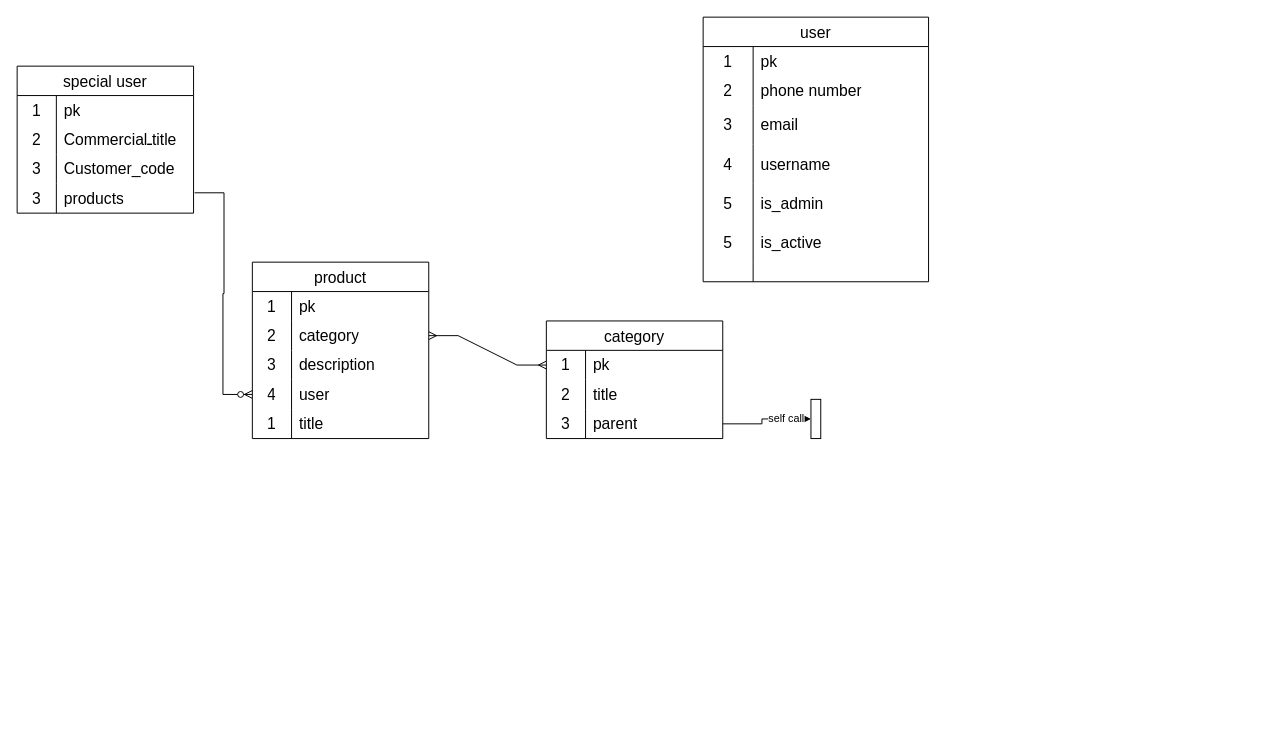
Earlier version of the draw.io diagram shop.drawio (amir1rj/blog). Source tidied: cells renumbered, new cells numbered last; positions are measured from the earlier drawing's top-left corner, leaving out a move shared by most shapes. Both pictures are drawn from the tidied source at 98%, with x=0, y=0 at pixel (17, 17).
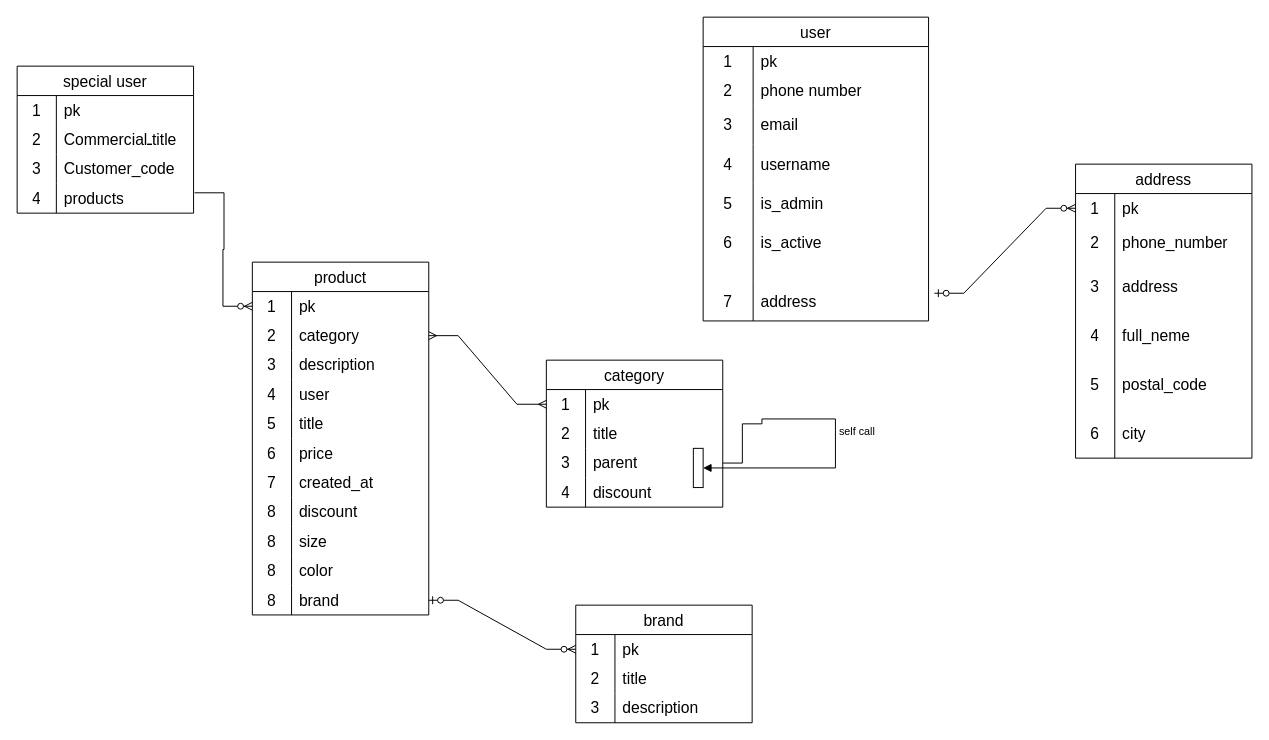
After the change.

The change refers to these unchanged cells:
```xml
<mxCell id="18" style="shape=tableRow;horizontal=0;startSize=0;swimlaneHead=0;swimlaneBody=0;top=0;left=0;bottom=0;right=0;fillColor=none;strokeColor=inherit;fontSize=16;" parent="2" vertex="1">
  <mxGeometry y="210" width="230" height="40" as="geometry" />
</mxCell>
<mxCell id="34" style="shape=tableRow;horizontal=0;startSize=0;swimlaneHead=0;swimlaneBody=0;top=0;left=0;bottom=0;right=0;fillColor=none;points=[[0,0.5],[1,0.5]];portConstraint=eastwest;strokeColor=inherit;fontSize=16;" parent="24" vertex="1">
  <mxGeometry y="120" width="180" height="30" as="geometry" />
</mxCell>
<mxCell id="38" style="shape=tableRow;horizontal=0;startSize=0;swimlaneHead=0;swimlaneBody=0;top=0;left=0;bottom=0;right=0;fillColor=none;points=[[0,0.5],[1,0.5]];portConstraint=eastwest;strokeColor=inherit;fontSize=16;" parent="37" vertex="1">
  <mxGeometry y="30" width="180" height="30" as="geometry" />
</mxCell>
<mxCell id="50" style="shape=tableRow;horizontal=0;startSize=0;swimlaneHead=0;swimlaneBody=0;top=0;left=0;bottom=0;right=0;fillColor=none;strokeColor=inherit;fontSize=16;" parent="37" vertex="1">
  <mxGeometry y="150" width="180" height="30" as="geometry" />
</mxCell>
<mxCell id="61" style="shape=tableRow;horizontal=0;startSize=0;swimlaneHead=0;swimlaneBody=0;top=0;left=0;bottom=0;right=0;fillColor=none;points=[[0,0.5],[1,0.5]];portConstraint=eastwest;strokeColor=inherit;fontSize=16;" parent="54" vertex="1">
  <mxGeometry y="90" width="180" height="30" as="geometry" />
</mxCell>
```

Diff of the diagram source:
```diff
@@
     <mxCell id="2" value="user" style="shape=table;startSize=30;childLayout=tableLayout;rowLines=0;fontStyle=0;strokeColor=default;fontSize=16;" parent="1" vertex="1">
-      <mxGeometry x="700" width="230" height="270" as="geometry" />
+      <mxGeometry x="700" width="230" height="310" as="geometry" />
     </mxCell>
@@
-    <mxCell id="19" value="5" style="shape=partialRectangle;html=1;whiteSpace=wrap;fillColor=none;top=0;left=0;bottom=0;right=0;overflow=hidden;strokeColor=inherit;fontSize=16;" parent="18" vertex="1">
+    <mxCell id="19" value="6" style="shape=partialRectangle;html=1;whiteSpace=wrap;fillColor=none;top=0;left=0;bottom=0;right=0;overflow=hidden;strokeColor=inherit;fontSize=16;" parent="18" vertex="1">
       <mxGeometry width="51" height="40" as="geometry" />
     </mxCell>
@@
+    <mxCell id="67" style="shape=tableRow;horizontal=0;startSize=0;swimlaneHead=0;swimlaneBody=0;top=0;left=0;bottom=0;right=0;fillColor=none;points=[[0,0.5],[1,0.5]];portConstraint=eastwest;strokeColor=inherit;fontSize=16;" parent="2" vertex="1">
+      <mxGeometry y="270" width="230" height="40" as="geometry" />
+    </mxCell>
+    <mxCell id="68" value="7" style="shape=partialRectangle;html=1;whiteSpace=wrap;fillColor=none;top=0;left=0;bottom=0;right=0;overflow=hidden;strokeColor=inherit;fontSize=16;" parent="67" vertex="1">
+      <mxGeometry width="51" height="40" as="geometry" />
+    </mxCell>
+    <mxCell id="69" value="address" style="shape=partialRectangle;html=1;whiteSpace=wrap;fillColor=none;top=0;left=0;bottom=0;right=0;align=left;spacingLeft=6;overflow=hidden;strokeColor=inherit;fontSize=16;" parent="67" vertex="1">
+      <mxGeometry x="51" width="179" height="40" as="geometry" />
+    </mxCell>
@@
-    <mxCell id="35" value="3" style="shape=partialRectangle;html=1;whiteSpace=wrap;fillColor=none;top=0;left=0;bottom=0;right=0;overflow=hidden;strokeColor=inherit;fontSize=16;" parent="34" vertex="1">
+    <mxCell id="35" value="4" style="shape=partialRectangle;html=1;whiteSpace=wrap;fillColor=none;top=0;left=0;bottom=0;right=0;overflow=hidden;strokeColor=inherit;fontSize=16;" parent="34" vertex="1">
       <mxGeometry width="40" height="30" as="geometry" />
     </mxCell>
@@
     <mxCell id="37" value="product" style="shape=table;startSize=30;childLayout=tableLayout;rowLines=0;fontStyle=0;strokeColor=default;fontSize=16;" parent="1" vertex="1">
-      <mxGeometry x="240" y="250" width="180" height="180" as="geometry" />
+      <mxGeometry x="240" y="250" width="180" height="360" as="geometry" />
     </mxCell>
@@
-    <mxCell id="51" value="1" style="shape=partialRectangle;html=1;whiteSpace=wrap;fillColor=none;top=0;left=0;bottom=0;right=0;overflow=hidden;strokeColor=inherit;fontSize=16;" parent="50" vertex="1">
+    <mxCell id="51" value="5" style="shape=partialRectangle;html=1;whiteSpace=wrap;fillColor=none;top=0;left=0;bottom=0;right=0;overflow=hidden;strokeColor=inherit;fontSize=16;" parent="50" vertex="1">
       <mxGeometry width="40" height="30" as="geometry" />
     </mxCell>
@@
+    <mxCell id="70" style="shape=tableRow;horizontal=0;startSize=0;swimlaneHead=0;swimlaneBody=0;top=0;left=0;bottom=0;right=0;fillColor=none;strokeColor=inherit;fontSize=16;" parent="37" vertex="1">
+      <mxGeometry y="180" width="180" height="30" as="geometry" />
+    </mxCell>
+    <mxCell id="71" value="6" style="shape=partialRectangle;html=1;whiteSpace=wrap;fillColor=none;top=0;left=0;bottom=0;right=0;overflow=hidden;strokeColor=inherit;fontSize=16;" parent="70" vertex="1">
+      <mxGeometry width="40" height="30" as="geometry" />
+    </mxCell>
+    <mxCell id="72" value="price" style="shape=partialRectangle;html=1;whiteSpace=wrap;fillColor=none;top=0;left=0;bottom=0;right=0;align=left;spacingLeft=6;overflow=hidden;strokeColor=inherit;fontSize=16;" parent="70" vertex="1">
+      <mxGeometry x="40" width="140" height="30" as="geometry" />
+    </mxCell>
+    <mxCell id="73" style="shape=tableRow;horizontal=0;startSize=0;swimlaneHead=0;swimlaneBody=0;top=0;left=0;bottom=0;right=0;fillColor=none;strokeColor=inherit;fontSize=16;" parent="37" vertex="1">
+      <mxGeometry y="210" width="180" height="30" as="geometry" />
+    </mxCell>
+    <mxCell id="74" value="7" style="shape=partialRectangle;html=1;whiteSpace=wrap;fillColor=none;top=0;left=0;bottom=0;right=0;overflow=hidden;strokeColor=inherit;fontSize=16;" parent="73" vertex="1">
+      <mxGeometry width="40" height="30" as="geometry" />
+    </mxCell>
+    <mxCell id="75" value="created_at" style="shape=partialRectangle;html=1;whiteSpace=wrap;fillColor=none;top=0;left=0;bottom=0;right=0;align=left;spacingLeft=6;overflow=hidden;strokeColor=inherit;fontSize=16;" parent="73" vertex="1">
+      <mxGeometry x="40" width="140" height="30" as="geometry" />
+    </mxCell>
+    <mxCell id="76" style="shape=tableRow;horizontal=0;startSize=0;swimlaneHead=0;swimlaneBody=0;top=0;left=0;bottom=0;right=0;fillColor=none;strokeColor=inherit;fontSize=16;" parent="37" vertex="1">
+      <mxGeometry y="240" width="180" height="30" as="geometry" />
+    </mxCell>
+    <mxCell id="77" value="8" style="shape=partialRectangle;html=1;whiteSpace=wrap;fillColor=none;top=0;left=0;bottom=0;right=0;overflow=hidden;strokeColor=inherit;fontSize=16;" parent="76" vertex="1">
+      <mxGeometry width="40" height="30" as="geometry" />
+    </mxCell>
+    <mxCell id="78" value="discount" style="shape=partialRectangle;html=1;whiteSpace=wrap;fillColor=none;top=0;left=0;bottom=0;right=0;align=left;spacingLeft=6;overflow=hidden;strokeColor=inherit;fontSize=16;" parent="76" vertex="1">
+      <mxGeometry x="40" width="140" height="30" as="geometry" />
+    </mxCell>
+    <mxCell id="79" style="shape=tableRow;horizontal=0;startSize=0;swimlaneHead=0;swimlaneBody=0;top=0;left=0;bottom=0;right=0;fillColor=none;strokeColor=inherit;fontSize=16;" parent="37" vertex="1">
+      <mxGeometry y="270" width="180" height="30" as="geometry" />
+    </mxCell>
+    <mxCell id="80" value="8" style="shape=partialRectangle;html=1;whiteSpace=wrap;fillColor=none;top=0;left=0;bottom=0;right=0;overflow=hidden;strokeColor=inherit;fontSize=16;" parent="79" vertex="1">
+      <mxGeometry width="40" height="30" as="geometry" />
+    </mxCell>
+    <mxCell id="81" value="size" style="shape=partialRectangle;html=1;whiteSpace=wrap;fillColor=none;top=0;left=0;bottom=0;right=0;align=left;spacingLeft=6;overflow=hidden;strokeColor=inherit;fontSize=16;" parent="79" vertex="1">
+      <mxGeometry x="40" width="140" height="30" as="geometry" />
+    </mxCell>
+    <mxCell id="82" style="shape=tableRow;horizontal=0;startSize=0;swimlaneHead=0;swimlaneBody=0;top=0;left=0;bottom=0;right=0;fillColor=none;strokeColor=inherit;fontSize=16;" parent="37" vertex="1">
+      <mxGeometry y="300" width="180" height="30" as="geometry" />
+    </mxCell>
+    <mxCell id="83" value="8" style="shape=partialRectangle;html=1;whiteSpace=wrap;fillColor=none;top=0;left=0;bottom=0;right=0;overflow=hidden;strokeColor=inherit;fontSize=16;" parent="82" vertex="1">
+      <mxGeometry width="40" height="30" as="geometry" />
+    </mxCell>
+    <mxCell id="84" value="color" style="shape=partialRectangle;html=1;whiteSpace=wrap;fillColor=none;top=0;left=0;bottom=0;right=0;align=left;spacingLeft=6;overflow=hidden;strokeColor=inherit;fontSize=16;" parent="82" vertex="1">
+      <mxGeometry x="40" width="140" height="30" as="geometry" />
+    </mxCell>
+    <mxCell id="85" style="shape=tableRow;horizontal=0;startSize=0;swimlaneHead=0;swimlaneBody=0;top=0;left=0;bottom=0;right=0;fillColor=none;points=[[0,0.5],[1,0.5]];portConstraint=eastwest;strokeColor=inherit;fontSize=16;" parent="37" vertex="1">
+      <mxGeometry y="330" width="180" height="30" as="geometry" />
+    </mxCell>
+    <mxCell id="86" value="8" style="shape=partialRectangle;html=1;whiteSpace=wrap;fillColor=none;top=0;left=0;bottom=0;right=0;overflow=hidden;strokeColor=inherit;fontSize=16;" parent="85" vertex="1">
+      <mxGeometry width="40" height="30" as="geometry" />
+    </mxCell>
+    <mxCell id="87" value="brand" style="shape=partialRectangle;html=1;whiteSpace=wrap;fillColor=none;top=0;left=0;bottom=0;right=0;align=left;spacingLeft=6;overflow=hidden;strokeColor=inherit;fontSize=16;" parent="85" vertex="1">
+      <mxGeometry x="40" width="140" height="30" as="geometry" />
+    </mxCell>
-    <mxCell id="53" style="edgeStyle=entityRelationEdgeStyle;fontSize=12;html=1;endArrow=ERzeroToMany;endFill=1;rounded=0;exitX=1.006;exitY=0.308;exitDx=0;exitDy=0;exitPerimeter=0;" parent="1" edge="1" source="34">
+    <mxCell id="53" style="edgeStyle=entityRelationEdgeStyle;fontSize=12;html=1;endArrow=ERzeroToMany;endFill=1;rounded=0;exitX=1.006;exitY=0.308;exitDx=0;exitDy=0;exitPerimeter=0;entryX=0;entryY=0.5;entryDx=0;entryDy=0;" parent="1" edge="1" source="34" target="38">
       <mxGeometry relative="1" as="geometry">
-        <mxPoint x="240" y="385" as="targetPoint" />
         <Array as="points">
           <mxPoint x="290" y="515.1" />
           <mxPoint x="390" y="330.1" />
           <mxPoint x="310" y="380.1" />
         </Array>
       </mxGeometry>
     </mxCell>
     <mxCell id="54" value="category" style="shape=table;startSize=30;childLayout=tableLayout;rowLines=0;fontStyle=0;strokeColor=default;fontSize=16;" parent="1" vertex="1">
-      <mxGeometry x="540" y="310" width="180" height="120" as="geometry" />
+      <mxGeometry x="540" y="350" width="180" height="150" as="geometry" />
     </mxCell>
@@
+    <mxCell id="88" style="shape=tableRow;horizontal=0;startSize=0;swimlaneHead=0;swimlaneBody=0;top=0;left=0;bottom=0;right=0;fillColor=none;strokeColor=inherit;fontSize=16;" parent="54" vertex="1">
+      <mxGeometry y="120" width="180" height="30" as="geometry" />
+    </mxCell>
+    <mxCell id="89" value="4" style="shape=partialRectangle;html=1;whiteSpace=wrap;fillColor=none;top=0;left=0;bottom=0;right=0;overflow=hidden;strokeColor=inherit;fontSize=16;" parent="88" vertex="1">
+      <mxGeometry width="40" height="30" as="geometry" />
+    </mxCell>
+    <mxCell id="90" value="discount" style="shape=partialRectangle;html=1;whiteSpace=wrap;fillColor=none;top=0;left=0;bottom=0;right=0;align=left;spacingLeft=6;overflow=hidden;strokeColor=inherit;fontSize=16;" parent="88" vertex="1">
+      <mxGeometry x="40" width="140" height="30" as="geometry" />
+    </mxCell>
     <mxCell id="64" style="html=1;points=[[0,0,0,0,5],[0,1,0,0,-5],[1,0,0,0,5],[1,1,0,0,-5]];perimeter=orthogonalPerimeter;outlineConnect=0;targetShapes=umlLifeline;portConstraint=eastwest;newEdgeStyle={&quot;curved&quot;:0,&quot;rounded&quot;:0};" parent="1" vertex="1">
-      <mxGeometry x="810" y="390" width="10" height="40" as="geometry" />
+      <mxGeometry x="690" y="440" width="10" height="40" as="geometry" />
     </mxCell>
     <mxCell id="65" value="self call" style="html=1;align=left;spacingLeft=2;endArrow=block;rounded=0;edgeStyle=orthogonalEdgeStyle;curved=0;rounded=0;exitX=1;exitY=0.5;exitDx=0;exitDy=0;" parent="1" edge="1" source="61" target="64">
       <mxGeometry relative="1" as="geometry">
         <Array as="points">
+          <mxPoint x="740" y="455" />
+          <mxPoint x="740" y="415" />
           <mxPoint x="760" y="415" />
           <mxPoint x="760" y="410" />
+          <mxPoint x="835" y="410" />
         </Array>
       </mxGeometry>
     </mxCell>
@@
+    <mxCell id="91" value="address" style="shape=table;startSize=30;childLayout=tableLayout;rowLines=0;fontStyle=0;strokeColor=default;fontSize=16;" parent="1" vertex="1">
+      <mxGeometry x="1080" y="150" width="180" height="300" as="geometry" />
+    </mxCell>
+    <mxCell id="92" style="shape=tableRow;horizontal=0;startSize=0;swimlaneHead=0;swimlaneBody=0;top=0;left=0;bottom=0;right=0;fillColor=none;points=[[0,0.5],[1,0.5]];portConstraint=eastwest;strokeColor=inherit;fontSize=16;" parent="91" vertex="1">
+      <mxGeometry y="30" width="180" height="30" as="geometry" />
+    </mxCell>
+    <mxCell id="93" value="1" style="shape=partialRectangle;html=1;whiteSpace=wrap;fillColor=none;top=0;left=0;bottom=0;right=0;overflow=hidden;strokeColor=inherit;fontSize=16;" parent="92" vertex="1">
+      <mxGeometry width="40" height="30" as="geometry" />
+    </mxCell>
+    <mxCell id="94" value="pk" style="shape=partialRectangle;html=1;whiteSpace=wrap;fillColor=none;top=0;left=0;bottom=0;right=0;align=left;spacingLeft=6;overflow=hidden;strokeColor=inherit;fontSize=16;" parent="92" vertex="1">
+      <mxGeometry x="40" width="140" height="30" as="geometry" />
+    </mxCell>
+    <mxCell id="95" style="shape=tableRow;horizontal=0;startSize=0;swimlaneHead=0;swimlaneBody=0;top=0;left=0;bottom=0;right=0;fillColor=none;strokeColor=inherit;fontSize=16;" parent="91" vertex="1">
+      <mxGeometry y="60" width="180" height="40" as="geometry" />
+    </mxCell>
+    <mxCell id="96" value="2" style="shape=partialRectangle;html=1;whiteSpace=wrap;fillColor=none;top=0;left=0;bottom=0;right=0;overflow=hidden;strokeColor=inherit;fontSize=16;" parent="95" vertex="1">
+      <mxGeometry width="40" height="40" as="geometry" />
+    </mxCell>
+    <mxCell id="97" value="phone_number" style="shape=partialRectangle;html=1;whiteSpace=wrap;fillColor=none;top=0;left=0;bottom=0;right=0;align=left;spacingLeft=6;overflow=hidden;strokeColor=inherit;fontSize=16;" parent="95" vertex="1">
+      <mxGeometry x="40" width="140" height="40" as="geometry" />
+    </mxCell>
+    <mxCell id="98" style="shape=tableRow;horizontal=0;startSize=0;swimlaneHead=0;swimlaneBody=0;top=0;left=0;bottom=0;right=0;fillColor=none;strokeColor=inherit;fontSize=16;" parent="91" vertex="1">
+      <mxGeometry y="100" width="180" height="50" as="geometry" />
+    </mxCell>
+    <mxCell id="99" value="3" style="shape=partialRectangle;html=1;whiteSpace=wrap;fillColor=none;top=0;left=0;bottom=0;right=0;overflow=hidden;strokeColor=inherit;fontSize=16;" parent="98" vertex="1">
+      <mxGeometry width="40" height="50" as="geometry" />
+    </mxCell>
+    <mxCell id="100" value="address" style="shape=partialRectangle;html=1;whiteSpace=wrap;fillColor=none;top=0;left=0;bottom=0;right=0;align=left;spacingLeft=6;overflow=hidden;strokeColor=inherit;fontSize=16;" parent="98" vertex="1">
+      <mxGeometry x="40" width="140" height="50" as="geometry" />
+    </mxCell>
+    <mxCell id="101" style="shape=tableRow;horizontal=0;startSize=0;swimlaneHead=0;swimlaneBody=0;top=0;left=0;bottom=0;right=0;fillColor=none;strokeColor=inherit;fontSize=16;" parent="91" vertex="1">
+      <mxGeometry y="150" width="180" height="50" as="geometry" />
+    </mxCell>
+    <mxCell id="102" value="4" style="shape=partialRectangle;html=1;whiteSpace=wrap;fillColor=none;top=0;left=0;bottom=0;right=0;overflow=hidden;strokeColor=inherit;fontSize=16;" parent="101" vertex="1">
+      <mxGeometry width="40" height="50" as="geometry" />
+    </mxCell>
+    <mxCell id="103" value="full_neme" style="shape=partialRectangle;html=1;whiteSpace=wrap;fillColor=none;top=0;left=0;bottom=0;right=0;align=left;spacingLeft=6;overflow=hidden;strokeColor=inherit;fontSize=16;" parent="101" vertex="1">
+      <mxGeometry x="40" width="140" height="50" as="geometry" />
+    </mxCell>
+    <mxCell id="104" style="shape=tableRow;horizontal=0;startSize=0;swimlaneHead=0;swimlaneBody=0;top=0;left=0;bottom=0;right=0;fillColor=none;strokeColor=inherit;fontSize=16;" parent="91" vertex="1">
+      <mxGeometry y="200" width="180" height="50" as="geometry" />
+    </mxCell>
+    <mxCell id="105" value="5" style="shape=partialRectangle;html=1;whiteSpace=wrap;fillColor=none;top=0;left=0;bottom=0;right=0;overflow=hidden;strokeColor=inherit;fontSize=16;" parent="104" vertex="1">
+      <mxGeometry width="40" height="50" as="geometry" />
+    </mxCell>
+    <mxCell id="106" value="postal_code" style="shape=partialRectangle;html=1;whiteSpace=wrap;fillColor=none;top=0;left=0;bottom=0;right=0;align=left;spacingLeft=6;overflow=hidden;strokeColor=inherit;fontSize=16;" parent="104" vertex="1">
+      <mxGeometry x="40" width="140" height="50" as="geometry" />
+    </mxCell>
+    <mxCell id="107" style="shape=tableRow;horizontal=0;startSize=0;swimlaneHead=0;swimlaneBody=0;top=0;left=0;bottom=0;right=0;fillColor=none;strokeColor=inherit;fontSize=16;" parent="91" vertex="1">
+      <mxGeometry y="250" width="180" height="50" as="geometry" />
+    </mxCell>
+    <mxCell id="108" value="6" style="shape=partialRectangle;html=1;whiteSpace=wrap;fillColor=none;top=0;left=0;bottom=0;right=0;overflow=hidden;strokeColor=inherit;fontSize=16;" parent="107" vertex="1">
+      <mxGeometry width="40" height="50" as="geometry" />
+    </mxCell>
+    <mxCell id="109" value="city" style="shape=partialRectangle;html=1;whiteSpace=wrap;fillColor=none;top=0;left=0;bottom=0;right=0;align=left;spacingLeft=6;overflow=hidden;strokeColor=inherit;fontSize=16;" parent="107" vertex="1">
+      <mxGeometry x="40" width="140" height="50" as="geometry" />
+    </mxCell>
+    <mxCell id="110" style="edgeStyle=entityRelationEdgeStyle;fontSize=12;html=1;endArrow=ERzeroToMany;startArrow=ERzeroToOne;rounded=0;exitX=1.026;exitY=0.293;exitDx=0;exitDy=0;entryX=0;entryY=0.5;entryDx=0;entryDy=0;exitPerimeter=0;" parent="1" edge="1" source="67" target="92">
+      <mxGeometry relative="1" as="geometry" />
+    </mxCell>
+    <mxCell id="111" value="brand" style="shape=table;startSize=30;childLayout=tableLayout;rowLines=0;fontStyle=0;strokeColor=default;fontSize=16;" parent="1" vertex="1">
+      <mxGeometry x="570" y="600" width="180" height="120" as="geometry" />
+    </mxCell>
+    <mxCell id="112" style="shape=tableRow;horizontal=0;startSize=0;swimlaneHead=0;swimlaneBody=0;top=0;left=0;bottom=0;right=0;fillColor=none;points=[[0,0.5],[1,0.5]];portConstraint=eastwest;strokeColor=inherit;fontSize=16;" parent="111" vertex="1">
+      <mxGeometry y="30" width="180" height="30" as="geometry" />
+    </mxCell>
+    <mxCell id="113" value="1" style="shape=partialRectangle;html=1;whiteSpace=wrap;fillColor=none;top=0;left=0;bottom=0;right=0;overflow=hidden;strokeColor=inherit;fontSize=16;" parent="112" vertex="1">
+      <mxGeometry width="40" height="30" as="geometry" />
+    </mxCell>
+    <mxCell id="114" value="pk" style="shape=partialRectangle;html=1;whiteSpace=wrap;fillColor=none;top=0;left=0;bottom=0;right=0;align=left;spacingLeft=6;overflow=hidden;strokeColor=inherit;fontSize=16;" parent="112" vertex="1">
+      <mxGeometry x="40" width="140" height="30" as="geometry" />
+    </mxCell>
+    <mxCell id="115" style="shape=tableRow;horizontal=0;startSize=0;swimlaneHead=0;swimlaneBody=0;top=0;left=0;bottom=0;right=0;fillColor=none;strokeColor=inherit;fontSize=16;" parent="111" vertex="1">
+      <mxGeometry y="60" width="180" height="30" as="geometry" />
+    </mxCell>
+    <mxCell id="116" value="2" style="shape=partialRectangle;html=1;whiteSpace=wrap;fillColor=none;top=0;left=0;bottom=0;right=0;overflow=hidden;strokeColor=inherit;fontSize=16;" parent="115" vertex="1">
+      <mxGeometry width="40" height="30" as="geometry" />
+    </mxCell>
+    <mxCell id="117" value="title" style="shape=partialRectangle;html=1;whiteSpace=wrap;fillColor=none;top=0;left=0;bottom=0;right=0;align=left;spacingLeft=6;overflow=hidden;strokeColor=inherit;fontSize=16;" parent="115" vertex="1">
+      <mxGeometry x="40" width="140" height="30" as="geometry" />
+    </mxCell>
+    <mxCell id="118" style="shape=tableRow;horizontal=0;startSize=0;swimlaneHead=0;swimlaneBody=0;top=0;left=0;bottom=0;right=0;fillColor=none;strokeColor=inherit;fontSize=16;" parent="111" vertex="1">
+      <mxGeometry y="90" width="180" height="30" as="geometry" />
+    </mxCell>
+    <mxCell id="119" value="3" style="shape=partialRectangle;html=1;whiteSpace=wrap;fillColor=none;top=0;left=0;bottom=0;right=0;overflow=hidden;strokeColor=inherit;fontSize=16;" parent="118" vertex="1">
+      <mxGeometry width="40" height="30" as="geometry" />
+    </mxCell>
+    <mxCell id="120" value="description" style="shape=partialRectangle;html=1;whiteSpace=wrap;fillColor=none;top=0;left=0;bottom=0;right=0;align=left;spacingLeft=6;overflow=hidden;strokeColor=inherit;fontSize=16;" parent="118" vertex="1">
+      <mxGeometry x="40" width="140" height="30" as="geometry" />
+    </mxCell>
+    <mxCell id="121" style="edgeStyle=entityRelationEdgeStyle;fontSize=12;html=1;endArrow=ERzeroToMany;startArrow=ERzeroToOne;rounded=0;exitX=1;exitY=0.5;exitDx=0;exitDy=0;entryX=0;entryY=0.5;entryDx=0;entryDy=0;" parent="1" edge="1" source="85" target="112">
+      <mxGeometry relative="1" as="geometry">
+        <Array as="points">
+          <mxPoint x="550" y="660" />
+          <mxPoint x="580" y="640" />
+        </Array>
+      </mxGeometry>
+    </mxCell>
```
